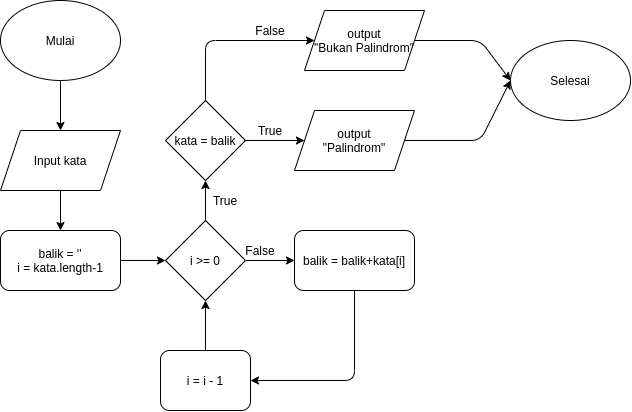
Earlier version of the draw.io export palindrom.png (alifma/hello). Source tidied: cells renumbered, new cells last; positions are measured from the earlier drawing's top-left corner, leaving out a move shared by most shapes. Its diagram source:
```xml
<mxGraphModel>
  <root>
    <mxCell id="0" />
    <mxCell id="1" parent="0" />
    <mxCell id="2" style="edgeStyle=orthogonalEdgeStyle;rounded=0;jettySize=auto;html=1;" parent="1" edge="1" source="3" target="5">
      <mxGeometry relative="1" as="geometry" />
    </mxCell>
    <mxCell id="3" value="Mulai" style="ellipse;whiteSpace=wrap;html=1;" parent="1" vertex="1">
      <mxGeometry width="120" height="80" as="geometry" />
    </mxCell>
    <mxCell id="4" style="edgeStyle=orthogonalEdgeStyle;rounded=0;jettySize=auto;html=1;" parent="1" edge="1" source="5" target="7">
      <mxGeometry relative="1" as="geometry" />
    </mxCell>
    <mxCell id="5" value="Input kata" style="shape=parallelogram;perimeter=parallelogramPerimeter;whiteSpace=wrap;html=1;fixedSize=1;" parent="1" vertex="1">
      <mxGeometry y="130" width="120" height="60" as="geometry" />
    </mxCell>
    <mxCell id="6" style="edgeStyle=orthogonalEdgeStyle;rounded=0;jettySize=auto;html=1;" parent="1" edge="1" source="7" target="9">
      <mxGeometry relative="1" as="geometry" />
    </mxCell>
    <mxCell id="7" value="balik = ''&lt;br&gt;i = kata.length-1" style="rounded=1;whiteSpace=wrap;html=1;" parent="1" vertex="1">
      <mxGeometry y="230" width="120" height="60" as="geometry" />
    </mxCell>
    <mxCell id="8" style="edgeStyle=orthogonalEdgeStyle;rounded=0;jettySize=auto;html=1;" parent="1" edge="1" source="9" target="10">
      <mxGeometry relative="1" as="geometry" />
    </mxCell>
    <mxCell id="9" value="i &amp;gt;= 0" style="rhombus;whiteSpace=wrap;html=1;" parent="1" vertex="1">
      <mxGeometry x="165" y="220" width="80" height="80" as="geometry" />
    </mxCell>
    <mxCell id="10" value="balik = balik+kata[i]" style="rounded=1;whiteSpace=wrap;html=1;" parent="1" vertex="1">
      <mxGeometry x="294" y="230" width="120" height="60" as="geometry" />
    </mxCell>
    <mxCell id="11" style="edgeStyle=orthogonalEdgeStyle;rounded=0;jettySize=auto;html=1;" parent="1" edge="1" source="12" target="9">
      <mxGeometry relative="1" as="geometry" />
    </mxCell>
    <mxCell id="12" value="i = i - 1" style="rounded=1;whiteSpace=wrap;html=1;" parent="1" vertex="1">
      <mxGeometry x="160" y="350" width="90" height="60" as="geometry" />
    </mxCell>
    <mxCell id="13" style="endArrow=classic;html=1;exitX=0.5;exitY=1;exitDx=0;exitDy=0;entryX=1;entryY=0.5;entryDx=0;entryDy=0;" parent="1" edge="1" source="10" target="12">
      <mxGeometry relative="1" as="geometry">
        <Array as="points">
          <mxPoint x="354" y="380" />
        </Array>
      </mxGeometry>
    </mxCell>
    <mxCell id="14" value="kata = balik" style="rhombus;whiteSpace=wrap;html=1;" parent="1" vertex="1">
      <mxGeometry x="165" y="100" width="80" height="80" as="geometry" />
    </mxCell>
    <mxCell id="15" style="endArrow=classic;html=1;exitX=0.5;exitY=0;exitDx=0;exitDy=0;entryX=0.5;entryY=1;entryDx=0;entryDy=0;" parent="1" edge="1" source="9" target="14">
      <mxGeometry relative="1" as="geometry" />
    </mxCell>
    <mxCell id="16" value="output&lt;br&gt;&quot;Palindrom&quot;" style="shape=parallelogram;perimeter=parallelogramPerimeter;whiteSpace=wrap;html=1;fixedSize=1;" parent="1" vertex="1">
      <mxGeometry x="294" y="110" width="120" height="60" as="geometry" />
    </mxCell>
    <mxCell id="17" style="endArrow=classic;html=1;entryX=0;entryY=0.5;entryDx=0;entryDy=0;" parent="1" edge="1" target="16">
      <mxGeometry relative="1" as="geometry">
        <mxPoint x="244" y="140" as="sourcePoint" />
      </mxGeometry>
    </mxCell>
    <mxCell id="18" value="output&lt;br&gt;&quot;Bukan Palindrom&quot;" style="shape=parallelogram;perimeter=parallelogramPerimeter;whiteSpace=wrap;html=1;fixedSize=1;" parent="1" vertex="1">
      <mxGeometry x="304" y="10" width="120" height="60" as="geometry" />
    </mxCell>
    <mxCell id="19" style="endArrow=classic;html=1;exitX=0.5;exitY=0;exitDx=0;exitDy=0;entryX=0;entryY=0.5;entryDx=0;entryDy=0;" parent="1" edge="1" source="14" target="18">
      <mxGeometry relative="1" as="geometry">
        <Array as="points">
          <mxPoint x="205" y="40" />
        </Array>
      </mxGeometry>
    </mxCell>
    <mxCell id="20" value="Selesai" style="ellipse;whiteSpace=wrap;html=1;" parent="1" vertex="1">
      <mxGeometry x="510" y="40" width="120" height="80" as="geometry" />
    </mxCell>
    <mxCell id="21" style="endArrow=classic;html=1;exitX=1;exitY=0.5;exitDx=0;exitDy=0;entryX=0;entryY=0.5;entryDx=0;entryDy=0;" parent="1" edge="1" source="16" target="20">
      <mxGeometry relative="1" as="geometry">
        <Array as="points">
          <mxPoint x="480" y="140" />
        </Array>
      </mxGeometry>
    </mxCell>
    <mxCell id="22" style="endArrow=classic;html=1;exitX=1;exitY=0.5;exitDx=0;exitDy=0;entryX=0;entryY=0.5;entryDx=0;entryDy=0;" parent="1" edge="1" source="18" target="20">
      <mxGeometry relative="1" as="geometry">
        <Array as="points">
          <mxPoint x="480" y="40" />
        </Array>
      </mxGeometry>
    </mxCell>
    <mxCell id="23" value="False" style="text;html=1;strokeColor=none;fillColor=none;align=center;verticalAlign=middle;whiteSpace=wrap;rounded=0;" parent="1" vertex="1">
      <mxGeometry x="240" y="240" width="40" height="20" as="geometry" />
    </mxCell>
    <mxCell id="24" value="True" style="text;html=1;strokeColor=none;fillColor=none;align=center;verticalAlign=middle;whiteSpace=wrap;rounded=0;" parent="1" vertex="1">
      <mxGeometry x="205" y="190" width="40" height="20" as="geometry" />
    </mxCell>
    <mxCell id="25" value="True" style="text;html=1;strokeColor=none;fillColor=none;align=center;verticalAlign=middle;whiteSpace=wrap;rounded=0;" parent="1" vertex="1">
      <mxGeometry x="250" y="120" width="40" height="20" as="geometry" />
    </mxCell>
    <mxCell id="26" value="False" style="text;html=1;strokeColor=none;fillColor=none;align=center;verticalAlign=middle;whiteSpace=wrap;rounded=0;" parent="1" vertex="1">
      <mxGeometry x="250" y="20" width="40" height="20" as="geometry" />
    </mxCell>
  </root>
</mxGraphModel>
```
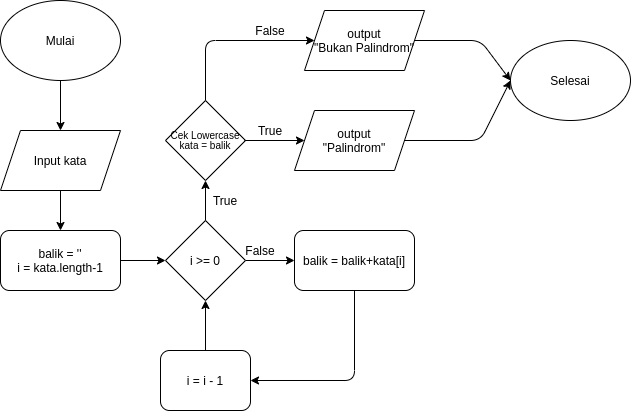
The same diagram one commit later.

What changed in the source:
```diff
@@ -42,7 +42,7 @@
         </Array>
       </mxGeometry>
     </mxCell>
-    <mxCell id="14" value="kata = balik" style="rhombus;whiteSpace=wrap;html=1;" parent="1" vertex="1">
+    <mxCell id="14" value="&lt;p style=&quot;line-height: 100% ; font-size: 10px&quot;&gt;Cek Lowercase&lt;br&gt;kata = balik&lt;/p&gt;" style="rhombus;whiteSpace=wrap;html=1;" parent="1" vertex="1">
       <mxGeometry x="165" y="100" width="80" height="80" as="geometry" />
     </mxCell>
     <mxCell id="15" style="endArrow=classic;html=1;exitX=0.5;exitY=0;exitDx=0;exitDy=0;entryX=0.5;entryY=1;entryDx=0;entryDy=0;" parent="1" edge="1" source="9" target="14">
```
